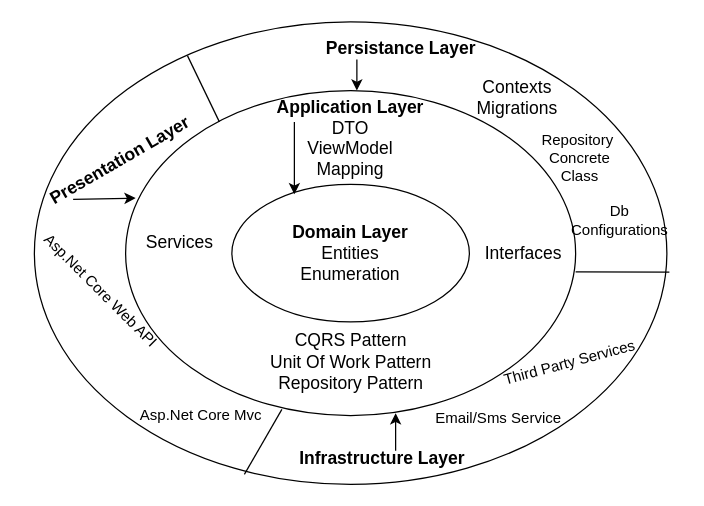
Earlier version of the draw.io diagram HireACarArch.drawio (osman28tr/HireACar-Project-With-AspNetCore8.0AndOnionArch). Source tidied: cells renumbered, new cells numbered last; positions are measured from the earlier drawing's top-left corner, leaving out a move shared by most shapes. Both pictures are drawn from the tidied source at 125%, with x=0, y=0 at pixel (6, 21).
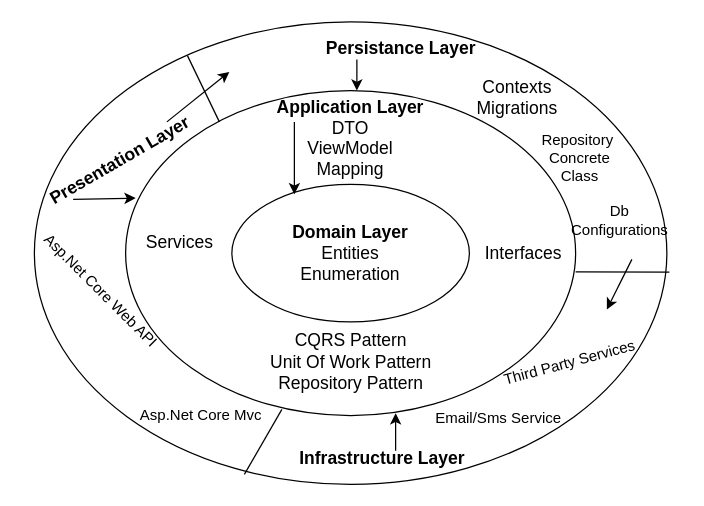
The same page after the edit.

Commit message:
Latest outer shell updated HireACarArch.drawio

The edit, as a diff of the source:
```diff
@@
+    <mxCell id="25" style="endArrow=classic;html=1;rounded=0;" parent="1" edge="1">
+      <mxGeometry relative="1" as="geometry">
+        <mxPoint x="128" y="80" as="sourcePoint" />
+        <mxPoint x="178" y="40" as="targetPoint" />
+      </mxGeometry>
+    </mxCell>
+    <mxCell id="26" style="endArrow=classic;html=1;rounded=0;" parent="1" edge="1">
+      <mxGeometry relative="1" as="geometry">
+        <mxPoint x="500" y="190" as="sourcePoint" />
+        <mxPoint x="480" y="230" as="targetPoint" />
+        <Array as="points">
+          <mxPoint x="495" y="200" />
+        </Array>
+      </mxGeometry>
+    </mxCell>
```
